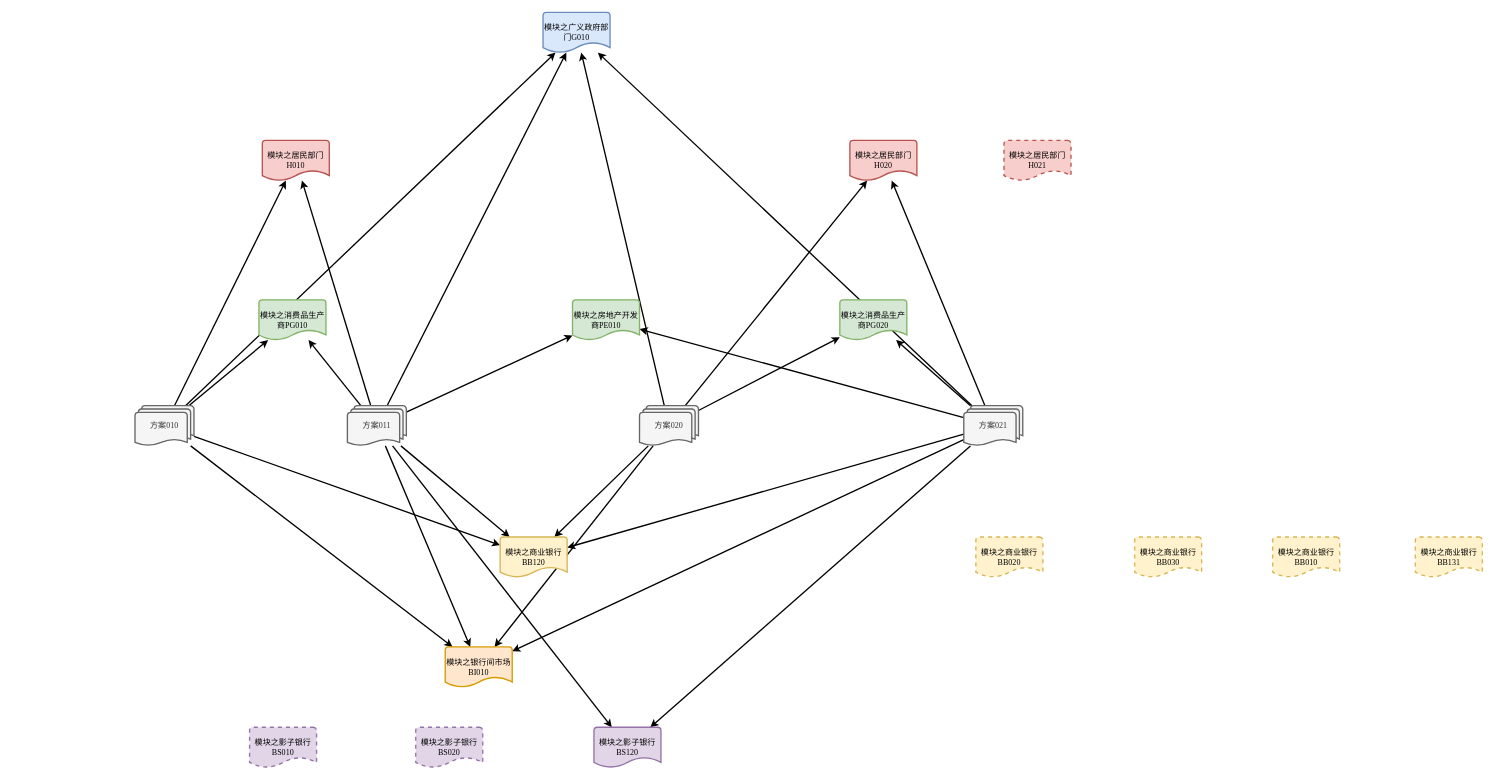
The draw.io diagram page "关系图之于模块之于系统性金融风险建模" (1 of 14) of Models/模型框架示意图/系统性金融风险建模.drawio in ComplexScienceLab/SystemicRiskSimulator, before the edit. Source tidied: cells renumbered, new cells numbered last; positions are measured from the earlier drawing's top-left corner, leaving out a move shared by most shapes. Both pictures are drawn from the tidied source at 67%, with x=0, y=0 at pixel (135, 12).
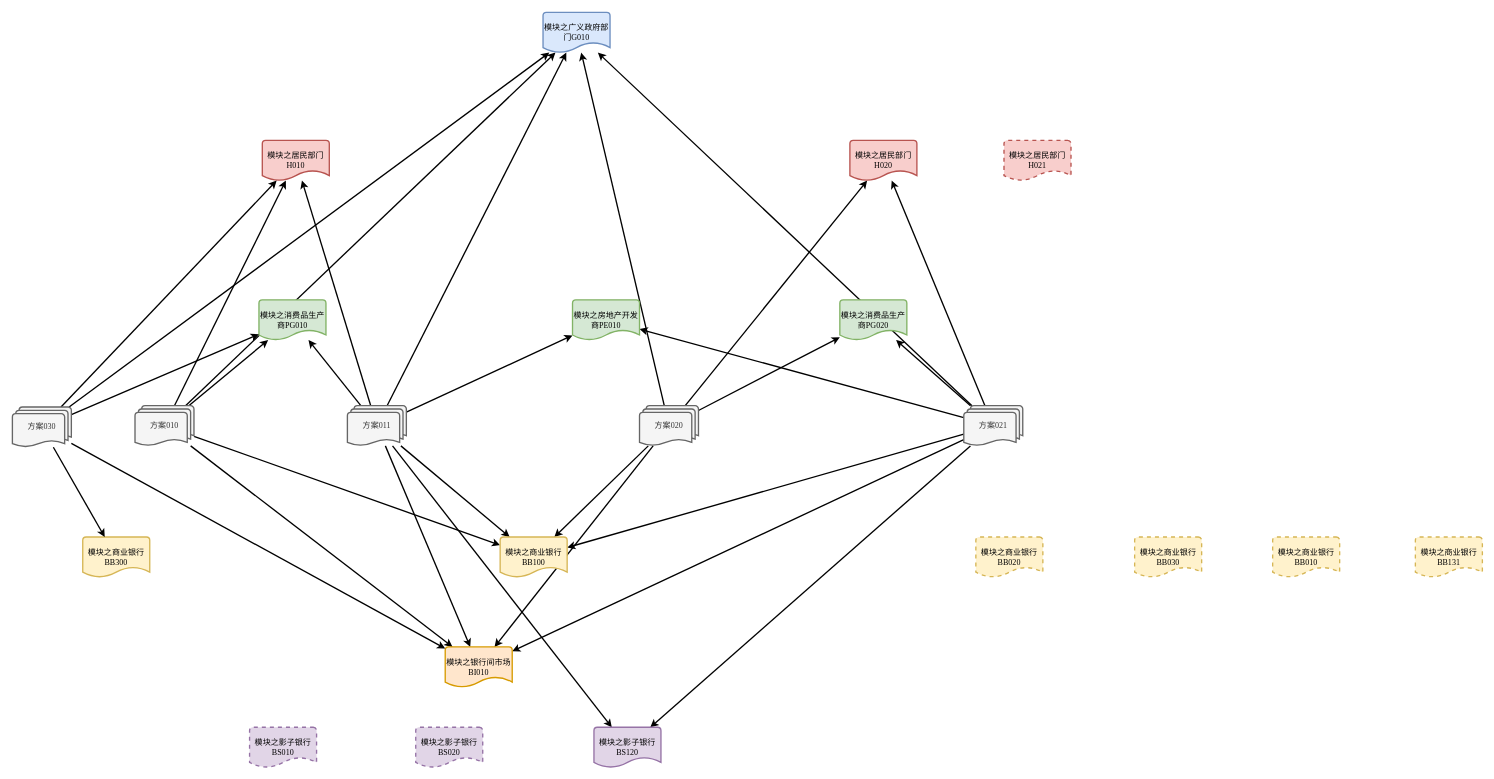
The same diagram, later.

The change refers to these unchanged cells:
```xml
<mxCell id="14" value="模块之居民部门H010" style="strokeWidth=2;html=1;shape=mxgraph.flowchart.document2;whiteSpace=wrap;size=0.25;labelBackgroundColor=none;fontFamily=Times New Roman;fillColor=#f8cecc;strokeColor=#b85450;" parent="1" vertex="1">
  <mxGeometry x="190" y="191" width="100" height="60" as="geometry" />
</mxCell>
<mxCell id="33" value="模块之广义政府部门G010" style="strokeWidth=2;html=1;shape=mxgraph.flowchart.document2;whiteSpace=wrap;size=0.25;labelBackgroundColor=none;fontFamily=Times New Roman;fillColor=#dae8fc;strokeColor=#6c8ebf;" parent="1" vertex="1">
  <mxGeometry x="609" width="100" height="60" as="geometry" />
</mxCell>
<mxCell id="38" value="模块之消费品生产商PG010" style="strokeWidth=2;html=1;shape=mxgraph.flowchart.document2;whiteSpace=wrap;size=0.25;labelBackgroundColor=none;fontFamily=Times New Roman;fillColor=#d5e8d4;strokeColor=#82b366;" parent="1" vertex="1">
  <mxGeometry x="185" y="429" width="100" height="60" as="geometry" />
</mxCell>
<mxCell id="40" value="模块之银行间市场BI010" style="strokeWidth=2;html=1;shape=mxgraph.flowchart.document2;whiteSpace=wrap;size=0.25;labelBackgroundColor=none;fontFamily=Times New Roman;fillColor=#ffe6cc;strokeColor=#d79b00;" parent="1" vertex="1">
  <mxGeometry x="463" y="947" width="100" height="60" as="geometry" />
</mxCell>
```

Change to the diagram source:
```diff
@@
-    <mxCell id="44" value="模块之商业银行BB120" style="strokeWidth=2;html=1;shape=mxgraph.flowchart.document2;whiteSpace=wrap;size=0.25;labelBackgroundColor=none;fontFamily=Times New Roman;fillColor=#fff2cc;strokeColor=#d6b656;" parent="1" vertex="1">
+    <mxCell id="44" value="模块之商业银行BB100" style="strokeWidth=2;html=1;shape=mxgraph.flowchart.document2;whiteSpace=wrap;size=0.25;labelBackgroundColor=none;fontFamily=Times New Roman;fillColor=#fff2cc;strokeColor=#d6b656;" parent="1" vertex="1">
       <mxGeometry x="545" y="783" width="100" height="60" as="geometry" />
     </mxCell>
@@
+    <mxCell id="46" value="模块之商业银行BB300" style="strokeWidth=2;html=1;shape=mxgraph.flowchart.document2;whiteSpace=wrap;size=0.25;labelBackgroundColor=none;fontFamily=Times New Roman;fillColor=#fff2cc;strokeColor=#d6b656;" parent="1" vertex="1">
+      <mxGeometry x="-78" y="783" width="100" height="60" as="geometry" />
+    </mxCell>
+    <mxCell id="47" style="rounded=0;jettySize=auto;html=1;fontFamily=Helvetica;fontSize=11;strokeWidth=2;" parent="1" edge="1" source="52" target="14">
+      <mxGeometry relative="1" as="geometry" />
+    </mxCell>
+    <mxCell id="48" style="edgeStyle=none;rounded=0;jettySize=auto;html=1;strokeWidth=2;" parent="1" edge="1" source="52" target="33">
+      <mxGeometry relative="1" as="geometry" />
+    </mxCell>
+    <mxCell id="49" style="edgeStyle=none;rounded=0;jettySize=auto;html=1;strokeWidth=2;" parent="1" edge="1" source="52" target="38">
+      <mxGeometry relative="1" as="geometry" />
+    </mxCell>
+    <mxCell id="50" style="edgeStyle=none;rounded=0;jettySize=auto;html=1;strokeWidth=2;" parent="1" edge="1" source="52" target="46">
+      <mxGeometry relative="1" as="geometry" />
+    </mxCell>
+    <mxCell id="51" style="edgeStyle=none;rounded=0;jettySize=auto;html=1;strokeWidth=2;" parent="1" edge="1" source="52" target="40">
+      <mxGeometry relative="1" as="geometry" />
+    </mxCell>
+    <mxCell id="52" value="方案030" style="strokeWidth=2;html=1;shape=mxgraph.flowchart.multi-document;whiteSpace=wrap;labelBackgroundColor=none;fontFamily=Times New Roman;fillColor=#f5f5f5;strokeColor=#666666;fontColor=#333333;" parent="1" vertex="1">
+      <mxGeometry x="-183" y="589" width="88" height="60" as="geometry" />
+    </mxCell>
```
